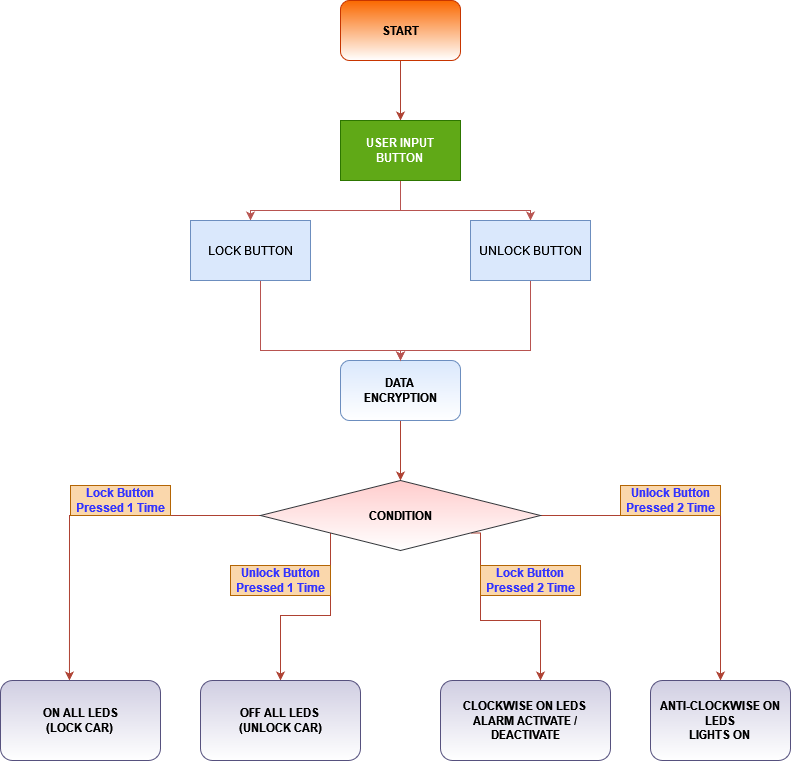
Above: RKE/5_ImagesAndVideos/Behavioral diagram1.png in anushi790/M3_G62 (draw.io), before the change. Source tidied: cells renumbered, new cells last; positions are measured from the earlier drawing's top-left corner, leaving out a move shared by most shapes.
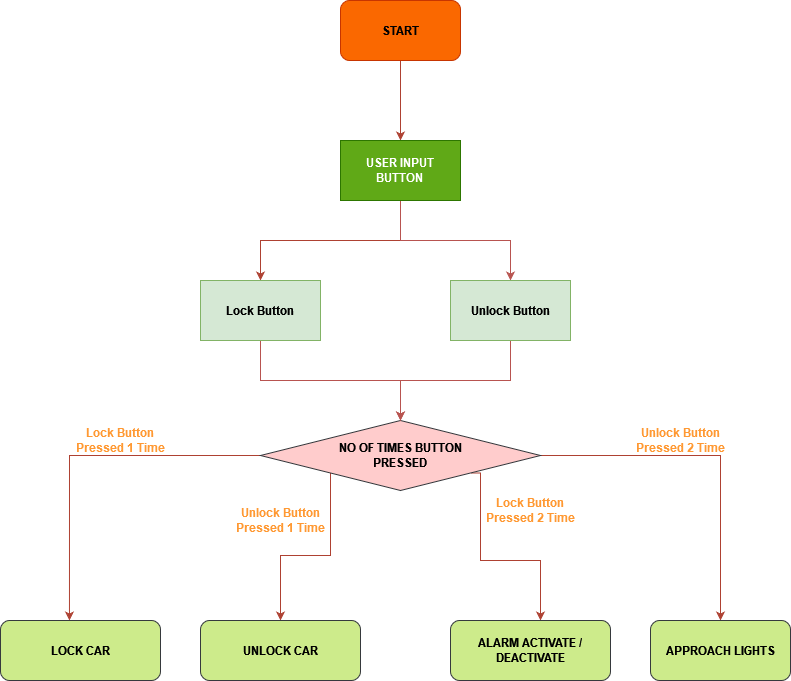
After the commit.

Commit message:
uml diagrams updated

Diff of the diagram source:
```diff
@@ -5,104 +5,85 @@
     <mxCell id="2" style="edgeStyle=orthogonalEdgeStyle;rounded=0;jettySize=auto;html=1;entryX=0.5;entryY=0;entryDx=0;entryDy=0;fillColor=#fad9d5;strokeColor=#ae4132;" parent="1" edge="1" source="3" target="6">
       <mxGeometry relative="1" as="geometry" />
     </mxCell>
-    <mxCell id="3" value="&lt;b&gt;START&lt;/b&gt;" style="rounded=1;whiteSpace=wrap;html=1;fillColor=#fa6800;strokeColor=#C73500;fontColor=#000000;gradientColor=#ffffff;" parent="1" vertex="1">
-      <mxGeometry x="340" width="120" height="60" as="geometry" />
+    <mxCell id="3" value="&lt;b&gt;START&lt;/b&gt;" style="rounded=1;whiteSpace=wrap;html=1;fillColor=#fa6800;strokeColor=#C73500;fontColor=#000000;" parent="1" vertex="1">
+      <mxGeometry x="330" y="100" width="120" height="60" as="geometry" />
     </mxCell>
-    <mxCell id="4" style="edgeStyle=orthogonalEdgeStyle;rounded=0;jettySize=auto;html=1;entryX=0.5;entryY=0;entryDx=0;entryDy=0;fillColor=#f8cecc;strokeColor=#b85450;" parent="1" edge="1" source="6" target="24">
-      <mxGeometry relative="1" as="geometry">
-        <Array as="points">
-          <mxPoint x="400" y="210" />
-          <mxPoint x="250" y="210" />
-        </Array>
-      </mxGeometry>
-    </mxCell>
-    <mxCell id="5" style="edgeStyle=orthogonalEdgeStyle;rounded=0;jettySize=auto;html=1;fillColor=#f8cecc;strokeColor=#b85450;" parent="1" edge="1" source="6" target="26">
-      <mxGeometry relative="1" as="geometry">
-        <Array as="points">
-          <mxPoint x="400" y="210" />
-          <mxPoint x="530" y="210" />
-        </Array>
-      </mxGeometry>
-    </mxCell>
+    <mxCell id="27" style="edgeStyle=orthogonalEdgeStyle;rounded=0;jettySize=auto;html=1;entryX=0.5;entryY=0;entryDx=0;entryDy=0;fillColor=#fad9d5;strokeColor=#ae4132;" parent="1" edge="1" source="6" target="39">
+      <mxGeometry relative="1" as="geometry">
+        <Array as="points">
+          <mxPoint x="390" y="340" />
+          <mxPoint x="250" y="340" />
+        </Array>
+      </mxGeometry>
+    </mxCell>
+    <mxCell id="28" style="edgeStyle=orthogonalEdgeStyle;rounded=0;jettySize=auto;html=1;fillColor=#f8cecc;strokeColor=#b85450;" parent="1" edge="1" source="6" target="41">
+      <mxGeometry relative="1" as="geometry" />
+    </mxCell>
-    <mxCell id="6" value="&lt;div&gt;&lt;b&gt;USER INPUT&lt;/b&gt;&lt;/div&gt;&lt;div&gt;&lt;b&gt;BUTTON&lt;br&gt;&lt;/b&gt;&lt;/div&gt;" style="rounded=0;whiteSpace=wrap;html=1;fillColor=#60a917;fontColor=#ffffff;strokeColor=#2D7600;gradientColor=none;" parent="1" vertex="1">
-      <mxGeometry x="340" y="120" width="120" height="60" as="geometry" />
+    <mxCell id="6" value="&lt;div&gt;&lt;b&gt;USER INPUT&lt;/b&gt;&lt;/div&gt;&lt;div&gt;&lt;b&gt;BUTTON&lt;br&gt;&lt;/b&gt;&lt;/div&gt;" style="rounded=0;whiteSpace=wrap;html=1;fillColor=#60a917;fontColor=#ffffff;strokeColor=#2D7600;" parent="1" vertex="1">
+      <mxGeometry x="330" y="240" width="120" height="60" as="geometry" />
     </mxCell>
-    <mxCell id="7" style="edgeStyle=orthogonalEdgeStyle;rounded=0;jettySize=auto;html=1;entryX=0.5;entryY=0;entryDx=0;entryDy=0;fillColor=#fad9d5;strokeColor=#ae4132;" parent="1" edge="1" source="8" target="13">
-      <mxGeometry relative="1" as="geometry" />
-    </mxCell>
-    <mxCell id="8" value="&lt;div&gt;&lt;b&gt;DATA &lt;br&gt;&lt;/b&gt;&lt;/div&gt;&lt;div&gt;&lt;b&gt;ENCRYPTION&lt;/b&gt;&lt;/div&gt;" style="rounded=1;whiteSpace=wrap;html=1;fillColor=#dae8fc;gradientColor=#ffffff;strokeColor=#6c8ebf;" parent="1" vertex="1">
-      <mxGeometry x="340" y="360" width="120" height="60" as="geometry" />
-    </mxCell>
-    <mxCell id="9" style="edgeStyle=orthogonalEdgeStyle;rounded=0;jettySize=auto;html=1;entryX=0.431;entryY=0;entryDx=0;entryDy=0;entryPerimeter=0;fillColor=#fad9d5;strokeColor=#ae4132;" parent="1" edge="1" source="13" target="14">
-      <mxGeometry relative="1" as="geometry" />
-    </mxCell>
-    <mxCell id="10" style="edgeStyle=orthogonalEdgeStyle;rounded=0;jettySize=auto;html=1;fillColor=#fad9d5;strokeColor=#ae4132;" parent="1" edge="1" source="13" target="17">
-      <mxGeometry relative="1" as="geometry" />
-    </mxCell>
-    <mxCell id="11" style="edgeStyle=orthogonalEdgeStyle;rounded=0;jettySize=auto;html=1;exitX=1;exitY=1;exitDx=0;exitDy=0;fillColor=#fad9d5;strokeColor=#ae4132;" parent="1" edge="1" source="13" target="16">
-      <mxGeometry relative="1" as="geometry">
-        <Array as="points">
-          <mxPoint x="480" y="533" />
-          <mxPoint x="480" y="620" />
-          <mxPoint x="540" y="620" />
-        </Array>
-      </mxGeometry>
-    </mxCell>
-    <mxCell id="12" style="edgeStyle=orthogonalEdgeStyle;rounded=0;jettySize=auto;html=1;exitX=0;exitY=1;exitDx=0;exitDy=0;entryX=0.5;entryY=0;entryDx=0;entryDy=0;fillColor=#fad9d5;strokeColor=#ae4132;" parent="1" edge="1" source="13" target="15">
-      <mxGeometry relative="1" as="geometry" />
-    </mxCell>
-    <mxCell id="13" value="&lt;b&gt;CONDITION&lt;/b&gt;" style="rhombus;whiteSpace=wrap;html=1;fillColor=#ffcccc;strokeColor=#36393d;gradientColor=#ffffff;" parent="1" vertex="1">
-      <mxGeometry x="260" y="480" width="280" height="70" as="geometry" />
-    </mxCell>
-    <mxCell id="14" value="&lt;div&gt;&lt;b&gt;ON ALL LEDS&lt;/b&gt;&lt;/div&gt;&lt;div&gt;&lt;b&gt;(LOCK CAR)&lt;br&gt;&lt;/b&gt;&lt;/div&gt;" style="rounded=1;whiteSpace=wrap;html=1;fillColor=#d0cee2;strokeColor=#56517e;gradientColor=#ffffff;" parent="1" vertex="1">
-      <mxGeometry y="680" width="160" height="80" as="geometry" />
-    </mxCell>
-    <mxCell id="15" value="&lt;b&gt;OFF ALL LEDS&lt;br&gt;&lt;/b&gt;&lt;div&gt;&lt;b&gt;(UNLOCK CAR)&lt;/b&gt;&lt;/div&gt;" style="rounded=1;whiteSpace=wrap;html=1;fillColor=#d0cee2;strokeColor=#56517e;gradientColor=#ffffff;" parent="1" vertex="1">
-      <mxGeometry x="200" y="680" width="160" height="80" as="geometry" />
-    </mxCell>
-    <mxCell id="16" value="&lt;div&gt;&lt;b&gt;CLOCKWISE ON LEDS&lt;br&gt;&lt;/b&gt;&lt;/div&gt;&lt;div&gt;&lt;b&gt;ALARM ACTIVATE / DEACTIVATE&lt;/b&gt;&lt;/div&gt;" style="rounded=1;whiteSpace=wrap;html=1;fillColor=#d0cee2;strokeColor=#56517e;gradientColor=#ffffff;" parent="1" vertex="1">
-      <mxGeometry x="440" y="680" width="170" height="80" as="geometry" />
-    </mxCell>
-    <mxCell id="17" value="&lt;div&gt;&lt;b&gt;ANTI-CLOCKWISE ON LEDS&lt;br&gt;&lt;/b&gt;&lt;/div&gt;&lt;div&gt;&lt;b&gt;LIGHTS ON&lt;br&gt;&lt;/b&gt;&lt;/div&gt;" style="rounded=1;whiteSpace=wrap;html=1;fillColor=#d0cee2;strokeColor=#56517e;gradientColor=#ffffff;" parent="1" vertex="1">
-      <mxGeometry x="650" y="680" width="140" height="80" as="geometry" />
-    </mxCell>
+    <mxCell id="29" style="edgeStyle=orthogonalEdgeStyle;rounded=0;jettySize=auto;html=1;entryX=0.431;entryY=0;entryDx=0;entryDy=0;entryPerimeter=0;fillColor=#fad9d5;strokeColor=#ae4132;" parent="1" edge="1" source="33" target="34">
+      <mxGeometry relative="1" as="geometry" />
+    </mxCell>
+    <mxCell id="30" style="edgeStyle=orthogonalEdgeStyle;rounded=0;jettySize=auto;html=1;fillColor=#fad9d5;strokeColor=#ae4132;" parent="1" edge="1" source="33" target="37">
+      <mxGeometry relative="1" as="geometry" />
+    </mxCell>
+    <mxCell id="31" style="edgeStyle=orthogonalEdgeStyle;rounded=0;jettySize=auto;html=1;exitX=1;exitY=1;exitDx=0;exitDy=0;fillColor=#fad9d5;strokeColor=#ae4132;" parent="1" edge="1" source="33" target="36">
+      <mxGeometry relative="1" as="geometry">
+        <Array as="points">
+          <mxPoint x="470" y="573" />
+          <mxPoint x="470" y="660" />
+          <mxPoint x="530" y="660" />
+        </Array>
+      </mxGeometry>
+    </mxCell>
+    <mxCell id="32" style="edgeStyle=orthogonalEdgeStyle;rounded=0;jettySize=auto;html=1;exitX=0;exitY=1;exitDx=0;exitDy=0;entryX=0.5;entryY=0;entryDx=0;entryDy=0;fillColor=#fad9d5;strokeColor=#ae4132;" parent="1" edge="1" source="33" target="35">
+      <mxGeometry relative="1" as="geometry" />
+    </mxCell>
+    <mxCell id="33" value="&lt;div&gt;&lt;b&gt;NO OF TIMES BUTTON&lt;/b&gt;&lt;/div&gt;&lt;div&gt;&lt;b&gt;PRESSED&lt;br&gt;&lt;/b&gt;&lt;/div&gt;" style="rhombus;whiteSpace=wrap;html=1;fillColor=#ffcccc;strokeColor=#36393d;" parent="1" vertex="1">
+      <mxGeometry x="250" y="520" width="280" height="70" as="geometry" />
+    </mxCell>
+    <mxCell id="34" value="&lt;b&gt;LOCK CAR&lt;/b&gt;" style="rounded=1;whiteSpace=wrap;html=1;fillColor=#cdeb8b;strokeColor=#36393d;" parent="1" vertex="1">
+      <mxGeometry x="-10" y="720" width="160" height="60" as="geometry" />
+    </mxCell>
+    <mxCell id="35" value="&lt;b&gt;UNLOCK CAR&lt;/b&gt;" style="rounded=1;whiteSpace=wrap;html=1;fillColor=#cdeb8b;strokeColor=#36393d;" parent="1" vertex="1">
+      <mxGeometry x="190" y="720" width="160" height="60" as="geometry" />
+    </mxCell>
+    <mxCell id="36" value="&lt;b&gt;ALARM ACTIVATE / DEACTIVATE&lt;/b&gt;" style="rounded=1;whiteSpace=wrap;html=1;fillColor=#cdeb8b;strokeColor=#36393d;" parent="1" vertex="1">
+      <mxGeometry x="440" y="720" width="160" height="60" as="geometry" />
+    </mxCell>
+    <mxCell id="37" value="&lt;b&gt;APPROACH LIGHTS&lt;/b&gt;" style="rounded=1;whiteSpace=wrap;html=1;fillColor=#cdeb8b;strokeColor=#36393d;" parent="1" vertex="1">
+      <mxGeometry x="640" y="720" width="140" height="60" as="geometry" />
+    </mxCell>
-    <mxCell id="18" value="&lt;div&gt;&lt;font color=&quot;#3333FF&quot;&gt;&lt;b&gt;Lock Button&lt;br&gt;&lt;/b&gt;&lt;/font&gt;&lt;/div&gt;&lt;div&gt;&lt;font color=&quot;#3333FF&quot;&gt;&lt;b&gt;Pressed 1 Time&lt;/b&gt;&lt;/font&gt;&lt;/div&gt;" style="text;html=1;align=center;verticalAlign=middle;strokeColor=#b46504;fillColor=#fad7ac;" parent="1" vertex="1">
-      <mxGeometry x="70" y="485" width="100" height="30" as="geometry" />
+    <mxCell id="18" value="&lt;div&gt;&lt;font color=&quot;#FF9933&quot;&gt;&lt;b&gt;Lock Button&lt;br&gt;&lt;/b&gt;&lt;/font&gt;&lt;/div&gt;&lt;div&gt;&lt;font color=&quot;#FF9933&quot;&gt;&lt;b&gt;Pressed 1 Time&lt;/b&gt;&lt;/font&gt;&lt;/div&gt;" style="text;html=1;align=center;verticalAlign=middle;strokeColor=none;fillColor=none;" parent="1" vertex="1">
+      <mxGeometry x="60" y="525" width="100" height="30" as="geometry" />
     </mxCell>
-    <mxCell id="19" value="&lt;div&gt;&lt;font color=&quot;#3333FF&quot;&gt;&lt;b&gt;Unlock Button&lt;br&gt;&lt;/b&gt;&lt;/font&gt;&lt;/div&gt;&lt;div&gt;&lt;font color=&quot;#3333FF&quot;&gt;&lt;b&gt;Pressed 1 Time&lt;/b&gt;&lt;/font&gt;&lt;/div&gt;" style="text;html=1;align=center;verticalAlign=middle;strokeColor=#b46504;fillColor=#fad7ac;" parent="1" vertex="1">
-      <mxGeometry x="230" y="565" width="100" height="30" as="geometry" />
+    <mxCell id="19" value="&lt;div&gt;&lt;font color=&quot;#FF9933&quot;&gt;&lt;b&gt;Unlock Button&lt;br&gt;&lt;/b&gt;&lt;/font&gt;&lt;/div&gt;&lt;div&gt;&lt;font color=&quot;#FF9933&quot;&gt;&lt;b&gt;Pressed 1 Time&lt;/b&gt;&lt;/font&gt;&lt;/div&gt;" style="text;html=1;align=center;verticalAlign=middle;strokeColor=none;fillColor=none;" parent="1" vertex="1">
+      <mxGeometry x="220" y="605" width="100" height="30" as="geometry" />
     </mxCell>
-    <mxCell id="20" value="&lt;div&gt;&lt;font color=&quot;#3333FF&quot;&gt;&lt;b&gt;Lock Button&lt;br&gt;&lt;/b&gt;&lt;/font&gt;&lt;/div&gt;&lt;div&gt;&lt;font color=&quot;#3333FF&quot;&gt;&lt;b&gt;Pressed 2 Time&lt;/b&gt;&lt;/font&gt;&lt;/div&gt;" style="text;html=1;align=center;verticalAlign=middle;strokeColor=#b46504;fillColor=#fad7ac;" parent="1" vertex="1">
-      <mxGeometry x="480" y="565" width="100" height="30" as="geometry" />
+    <mxCell id="20" value="&lt;div&gt;&lt;font color=&quot;#FF9933&quot;&gt;&lt;b&gt;Lock Button&lt;br&gt;&lt;/b&gt;&lt;/font&gt;&lt;/div&gt;&lt;div&gt;&lt;font color=&quot;#FF9933&quot;&gt;&lt;b&gt;Pressed 2 Time&lt;/b&gt;&lt;/font&gt;&lt;/div&gt;" style="text;html=1;align=center;verticalAlign=middle;strokeColor=none;fillColor=none;" parent="1" vertex="1">
+      <mxGeometry x="470" y="595" width="100" height="30" as="geometry" />
     </mxCell>
-    <mxCell id="21" value="&lt;div&gt;&lt;font color=&quot;#3333FF&quot;&gt;&lt;b&gt;Unlock Button&lt;br&gt;&lt;/b&gt;&lt;/font&gt;&lt;/div&gt;&lt;div&gt;&lt;font color=&quot;#3333FF&quot;&gt;&lt;b&gt;Pressed 2 Time&lt;/b&gt;&lt;/font&gt;&lt;/div&gt;" style="text;html=1;align=center;verticalAlign=middle;strokeColor=#b46504;fillColor=#fad7ac;" parent="1" vertex="1">
-      <mxGeometry x="620" y="485" width="100" height="30" as="geometry" />
+    <mxCell id="21" value="&lt;div&gt;&lt;font color=&quot;#FF9933&quot;&gt;&lt;b&gt;Unlock Button&lt;br&gt;&lt;/b&gt;&lt;/font&gt;&lt;/div&gt;&lt;div&gt;&lt;font color=&quot;#FF9933&quot;&gt;&lt;b&gt;Pressed 2 Time&lt;/b&gt;&lt;/font&gt;&lt;/div&gt;" style="text;html=1;align=center;verticalAlign=middle;strokeColor=none;fillColor=none;" parent="1" vertex="1">
+      <mxGeometry x="620" y="525" width="100" height="30" as="geometry" />
     </mxCell>
-    <mxCell id="22" style="edgeStyle=orthogonalEdgeStyle;rounded=0;orthogonalLoop=1;jettySize=auto;html=1;exitX=0.5;exitY=1;exitDx=0;exitDy=0;fontColor=#FF9933;" parent="1" edge="1" source="15" target="15">
-      <mxGeometry relative="1" as="geometry" />
-    </mxCell>
-    <mxCell id="23" style="edgeStyle=orthogonalEdgeStyle;rounded=0;jettySize=auto;html=1;entryX=0.5;entryY=0;entryDx=0;entryDy=0;fillColor=#f8cecc;strokeColor=#b85450;" parent="1" edge="1" source="24" target="8">
-      <mxGeometry relative="1" as="geometry">
-        <Array as="points">
-          <mxPoint x="260" y="350" />
-          <mxPoint x="400" y="350" />
-        </Array>
-      </mxGeometry>
-    </mxCell>
-    <mxCell id="24" value="LOCK BUTTON" style="rounded=0;whiteSpace=wrap;html=1;fillColor=#dae8fc;strokeColor=#6c8ebf;" parent="1" vertex="1">
-      <mxGeometry x="190" y="220" width="120" height="60" as="geometry" />
-    </mxCell>
-    <mxCell id="25" style="edgeStyle=orthogonalEdgeStyle;rounded=0;jettySize=auto;html=1;fillColor=#f8cecc;strokeColor=#b85450;" parent="1" edge="1" source="26">
-      <mxGeometry relative="1" as="geometry">
-        <mxPoint x="400" y="360" as="targetPoint" />
-        <Array as="points">
-          <mxPoint x="530" y="350" />
-          <mxPoint x="400" y="350" />
-        </Array>
-      </mxGeometry>
-    </mxCell>
-    <mxCell id="26" value="UNLOCK BUTTON" style="rounded=0;whiteSpace=wrap;html=1;fillColor=#dae8fc;strokeColor=#6c8ebf;" parent="1" vertex="1">
-      <mxGeometry x="470" y="220" width="120" height="60" as="geometry" />
-    </mxCell>
+    <mxCell id="38" style="edgeStyle=orthogonalEdgeStyle;rounded=0;jettySize=auto;html=1;entryX=0.5;entryY=0;entryDx=0;entryDy=0;fillColor=#f8cecc;strokeColor=#b85450;" parent="1" edge="1" source="39" target="33">
+      <mxGeometry relative="1" as="geometry" />
+    </mxCell>
+    <mxCell id="39" value="&lt;b&gt;Lock Button&lt;/b&gt;" style="rounded=0;whiteSpace=wrap;html=1;fillColor=#d5e8d4;strokeColor=#82b366;" parent="1" vertex="1">
+      <mxGeometry x="190" y="380" width="120" height="60" as="geometry" />
+    </mxCell>
+    <mxCell id="40" style="edgeStyle=orthogonalEdgeStyle;rounded=0;jettySize=auto;html=1;fillColor=#f8cecc;strokeColor=#b85450;" parent="1" edge="1" source="41">
+      <mxGeometry relative="1" as="geometry">
+        <mxPoint x="390" y="520" as="targetPoint" />
+        <Array as="points">
+          <mxPoint x="500" y="480" />
+          <mxPoint x="390" y="480" />
+        </Array>
+      </mxGeometry>
+    </mxCell>
+    <mxCell id="41" value="&lt;b&gt;Unlock Button&lt;/b&gt;" style="rounded=0;whiteSpace=wrap;html=1;fillColor=#d5e8d4;strokeColor=#82b366;" parent="1" vertex="1">
+      <mxGeometry x="440" y="380" width="120" height="60" as="geometry" />
+    </mxCell>
   </root>
 </mxGraphModel>
```
